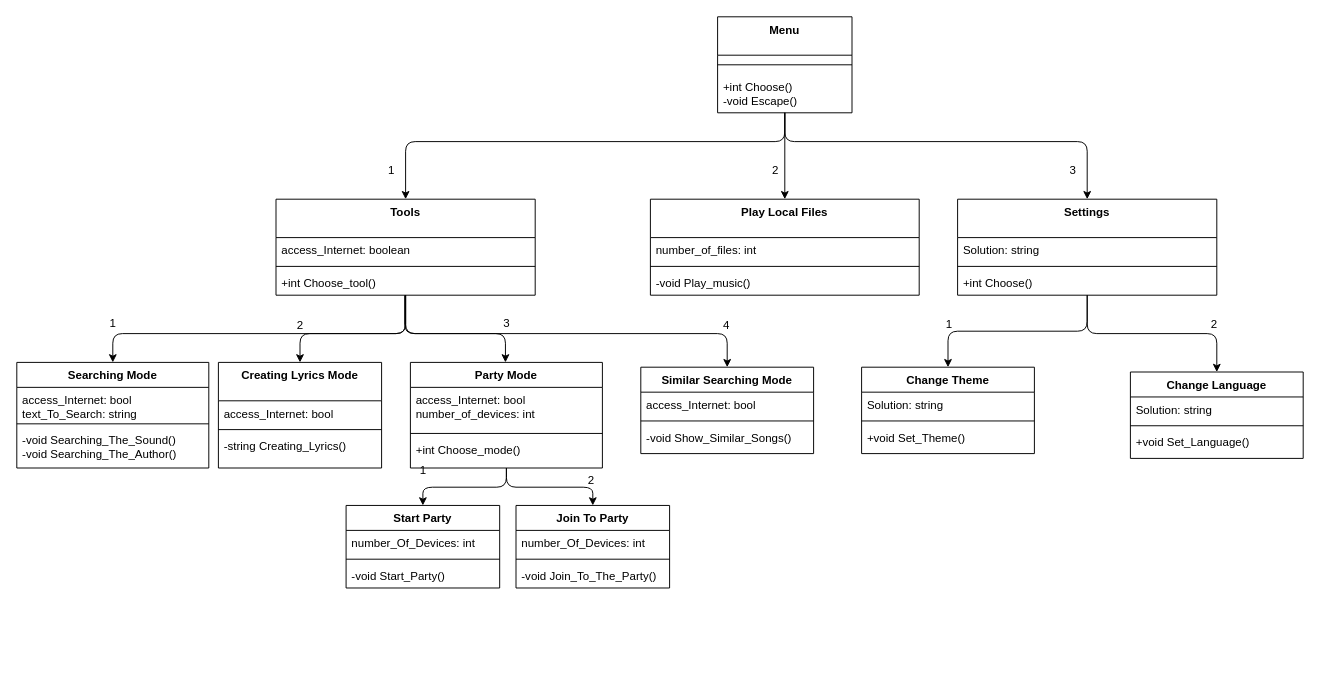
Above: Untitled Diagram.drawio in 9z9z9z9z/LAB_7 (draw.io), before the change. Source tidied: cells renumbered, new cells numbered last; positions are measured from the earlier drawing's top-left corner, leaving out a move shared by most shapes. Both pictures are drawn from the tidied source at 96%, with x=0, y=0 at pixel (16, 16).
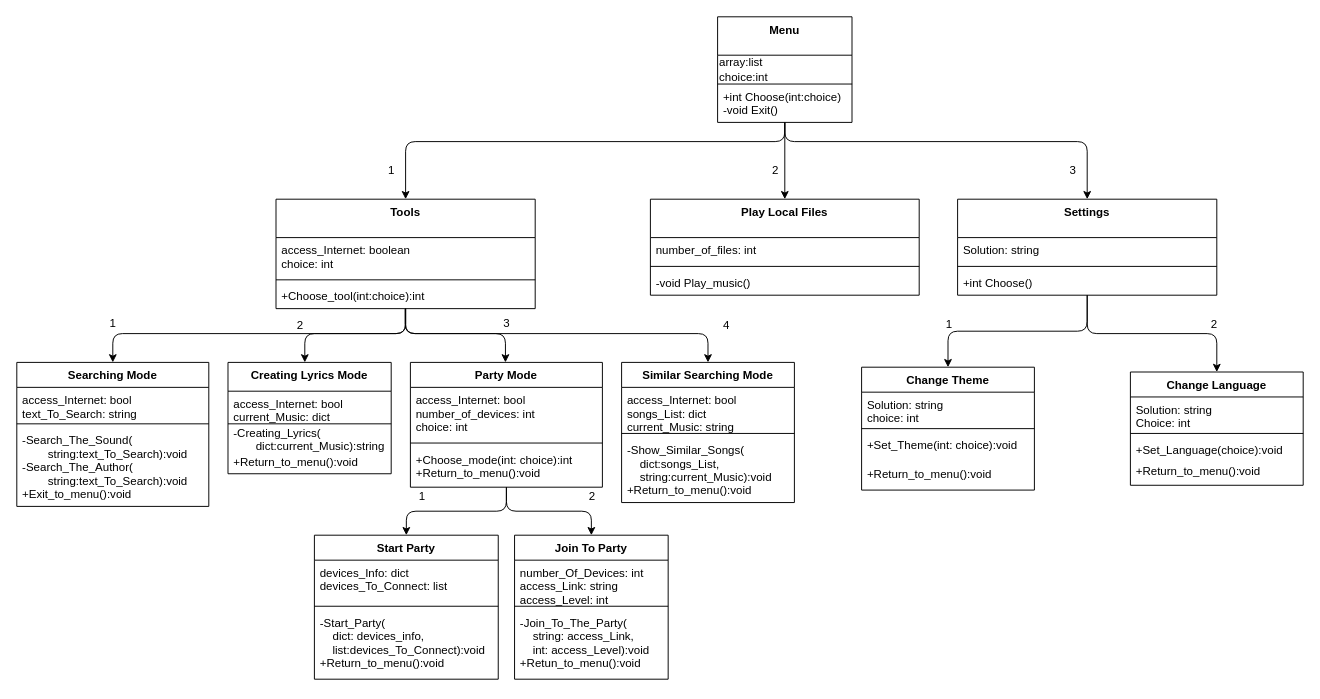
The same page after the edit.

The edit, as a diff of the source:
```diff
@@
     <mxCell id="4" value="Party Mode" style="swimlane;fontStyle=1;align=center;verticalAlign=top;horizontal=1;startSize=26;" parent="1" vertex="1">
-      <mxGeometry x="410" y="360" width="200" height="110" as="geometry" />
+      <mxGeometry x="410" y="360" width="200" height="130" as="geometry" />
     </mxCell>
-    <mxCell id="5" value="access_Internet: bool&#10;number_of_devices: int" style="text;strokeColor=none;fillColor=none;align=left;verticalAlign=top;spacingLeft=4;spacingRight=4;overflow=hidden;" parent="4" vertex="1">
-      <mxGeometry y="26" width="200" height="44" as="geometry" />
+    <mxCell id="5" value="access_Internet: bool&#10;number_of_devices: int&#10;choice: int" style="text;strokeColor=none;fillColor=none;align=left;verticalAlign=top;spacingLeft=4;spacingRight=4;overflow=hidden;" parent="4" vertex="1">
+      <mxGeometry y="26" width="200" height="54" as="geometry" />
     </mxCell>
     <mxCell id="6" style="line;strokeWidth=1;fillColor=none;align=left;verticalAlign=middle;spacingTop=-1;spacingLeft=3;spacingRight=3;labelPosition=right;" parent="4" vertex="1">
-      <mxGeometry y="70" width="200" height="8" as="geometry" />
+      <mxGeometry y="80" width="200" height="8" as="geometry" />
     </mxCell>
-    <mxCell id="7" value="+int Choose_mode()" style="text;strokeColor=none;fillColor=none;align=left;verticalAlign=top;spacingLeft=4;spacingRight=4;overflow=hidden;" parent="4" vertex="1">
-      <mxGeometry y="78" width="200" height="32" as="geometry" />
+    <mxCell id="7" value="+Choose_mode(int: choice):int&#10;+Return_to_menu():void" style="text;strokeColor=none;fillColor=none;align=left;verticalAlign=top;spacingLeft=4;spacingRight=4;overflow=hidden;" parent="4" vertex="1">
+      <mxGeometry y="88" width="200" height="42" as="geometry" />
     </mxCell>
     <mxCell id="8" value="Start Party" style="swimlane;fontStyle=1;align=center;verticalAlign=top;horizontal=1;startSize=26;" parent="1" vertex="1">
-      <mxGeometry x="343" y="509" width="160" height="86" as="geometry" />
+      <mxGeometry x="310" y="540" width="191.5" height="150" as="geometry" />
     </mxCell>
-    <mxCell id="9" value="number_Of_Devices: int" style="text;strokeColor=none;fillColor=none;align=left;verticalAlign=top;spacingLeft=4;spacingRight=4;overflow=hidden;" parent="8" vertex="1">
-      <mxGeometry y="26" width="160" height="26" as="geometry" />
+    <mxCell id="9" value="devices_Info: dict&#10;devices_To_Connect: list" style="text;strokeColor=none;fillColor=none;align=left;verticalAlign=top;spacingLeft=4;spacingRight=4;overflow=hidden;" parent="8" vertex="1">
+      <mxGeometry y="26" width="191.5" height="44" as="geometry" />
     </mxCell>
     <mxCell id="10" style="line;strokeWidth=1;fillColor=none;align=left;verticalAlign=middle;spacingTop=-1;spacingLeft=3;spacingRight=3;labelPosition=right;" parent="8" vertex="1">
-      <mxGeometry y="52" width="160" height="8" as="geometry" />
+      <mxGeometry y="70" width="191.5" height="8" as="geometry" />
     </mxCell>
-    <mxCell id="11" value="-void Start_Party()" style="text;strokeColor=none;fillColor=none;align=left;verticalAlign=top;spacingLeft=4;spacingRight=4;overflow=hidden;" parent="8" vertex="1">
-      <mxGeometry y="60" width="160" height="26" as="geometry" />
+    <mxCell id="11" value="-Start_Party(&#10;    dict: devices_info,&#10;    list:devices_To_Connect):void&#10;+Return_to_menu():void" style="text;strokeColor=none;fillColor=none;align=left;verticalAlign=top;spacingLeft=4;spacingRight=4;overflow=hidden;" parent="8" vertex="1">
+      <mxGeometry y="78" width="191.5" height="72" as="geometry" />
     </mxCell>
     <mxCell id="12" value="Join To Party" style="swimlane;fontStyle=1;align=center;verticalAlign=top;horizontal=1;startSize=26;" parent="1" vertex="1">
-      <mxGeometry x="520" y="509" width="160" height="86" as="geometry" />
+      <mxGeometry x="518.5" y="540" width="160" height="150" as="geometry" />
     </mxCell>
-    <mxCell id="13" value="number_Of_Devices: int" style="text;strokeColor=none;fillColor=none;align=left;verticalAlign=top;spacingLeft=4;spacingRight=4;overflow=hidden;" parent="12" vertex="1">
-      <mxGeometry y="26" width="160" height="26" as="geometry" />
+    <mxCell id="13" value="number_Of_Devices: int&#10;access_Link: string&#10;access_Level: int" style="text;strokeColor=none;fillColor=none;align=left;verticalAlign=top;spacingLeft=4;spacingRight=4;overflow=hidden;" parent="12" vertex="1">
+      <mxGeometry y="26" width="160" height="44" as="geometry" />
     </mxCell>
     <mxCell id="14" style="line;strokeWidth=1;fillColor=none;align=left;verticalAlign=middle;spacingTop=-1;spacingLeft=3;spacingRight=3;labelPosition=right;" parent="12" vertex="1">
-      <mxGeometry y="52" width="160" height="8" as="geometry" />
+      <mxGeometry y="70" width="160" height="8" as="geometry" />
     </mxCell>
-    <mxCell id="15" value="-void Join_To_The_Party()" style="text;strokeColor=none;fillColor=none;align=left;verticalAlign=top;spacingLeft=4;spacingRight=4;overflow=hidden;" parent="12" vertex="1">
-      <mxGeometry y="60" width="160" height="26" as="geometry" />
+    <mxCell id="15" value="-Join_To_The_Party(&#10;    string: access_Link,&#10;    int: access_Level):void&#10;+Retun_to_menu():void&#10;" style="text;strokeColor=none;fillColor=none;align=left;verticalAlign=top;spacingLeft=4;spacingRight=4;overflow=hidden;" parent="12" vertex="1">
+      <mxGeometry y="78" width="160" height="72" as="geometry" />
     </mxCell>
     <mxCell id="16" value="Searching Mode" style="swimlane;fontStyle=1;align=center;verticalAlign=top;horizontal=1;startSize=26;" parent="1" vertex="1">
-      <mxGeometry y="360" width="200" height="110" as="geometry" />
+      <mxGeometry y="360" width="200" height="150" as="geometry" />
     </mxCell>
@@
-    <mxCell id="19" value="-void Searching_The_Sound()&#10;-void Searching_The_Author()" style="text;strokeColor=none;fillColor=none;align=left;verticalAlign=top;spacingLeft=4;spacingRight=4;overflow=hidden;" parent="16" vertex="1">
-      <mxGeometry y="68" width="200" height="42" as="geometry" />
+    <mxCell id="19" value="-Search_The_Sound(&#10;        string:text_To_Search):void&#10;-Search_The_Author(&#10;        string:text_To_Search):void&#10;+Exit_to_menu():void&#10;" style="text;strokeColor=none;fillColor=none;align=left;verticalAlign=top;spacingLeft=4;spacingRight=4;overflow=hidden;" parent="16" vertex="1">
+      <mxGeometry y="68" width="200" height="82" as="geometry" />
     </mxCell>
     <mxCell id="20" value="Similar Searching Mode" style="swimlane;fontStyle=1;align=center;verticalAlign=top;horizontal=1;startSize=26;" parent="1" vertex="1">
-      <mxGeometry x="650" y="365" width="180" height="90" as="geometry" />
+      <mxGeometry x="630" y="360" width="180" height="146" as="geometry" />
     </mxCell>
-    <mxCell id="21" value="access_Internet: bool" style="text;strokeColor=none;fillColor=none;align=left;verticalAlign=top;spacingLeft=4;spacingRight=4;overflow=hidden;" parent="20" vertex="1">
-      <mxGeometry y="26" width="180" height="26" as="geometry" />
+    <mxCell id="21" value="access_Internet: bool&#10;songs_List: dict&#10;current_Music: string" style="text;strokeColor=none;fillColor=none;align=left;verticalAlign=top;spacingLeft=4;spacingRight=4;overflow=hidden;" parent="20" vertex="1">
+      <mxGeometry y="26" width="180" height="44" as="geometry" />
     </mxCell>
     <mxCell id="22" style="line;strokeWidth=1;fillColor=none;align=left;verticalAlign=middle;spacingTop=-1;spacingLeft=3;spacingRight=3;labelPosition=right;" parent="20" vertex="1">
-      <mxGeometry y="52" width="180" height="8" as="geometry" />
+      <mxGeometry y="70" width="180" height="8" as="geometry" />
     </mxCell>
-    <mxCell id="23" value="-void Show_Similar_Songs()" style="text;strokeColor=none;fillColor=none;align=left;verticalAlign=top;spacingLeft=4;spacingRight=4;overflow=hidden;" parent="20" vertex="1">
-      <mxGeometry y="60" width="180" height="30" as="geometry" />
+    <mxCell id="23" value="-Show_Similar_Songs(&#10;    dict:songs_List,&#10;    string:current_Music):void&#10;+Return_to_menu():void" style="text;strokeColor=none;fillColor=none;align=left;verticalAlign=top;spacingLeft=4;spacingRight=4;overflow=hidden;" parent="20" vertex="1">
+      <mxGeometry y="78" width="180" height="68" as="geometry" />
     </mxCell>
-    <mxCell id="24" value="Creating Lyrics Mode" style="swimlane;fontStyle=1;align=center;verticalAlign=top;horizontal=1;startSize=40;" parent="1" vertex="1">
-      <mxGeometry x="210" y="360" width="170" height="110" as="geometry" />
+    <mxCell id="24" value="Creating Lyrics Mode" style="swimlane;fontStyle=1;align=center;verticalAlign=top;horizontal=1;startSize=30;" parent="1" vertex="1">
+      <mxGeometry x="220" y="360" width="170" height="116" as="geometry" />
     </mxCell>
-    <mxCell id="25" value="access_Internet: bool" style="text;strokeColor=none;fillColor=none;align=left;verticalAlign=top;spacingLeft=4;spacingRight=4;overflow=hidden;" parent="24" vertex="1">
-      <mxGeometry y="40" width="170" height="26" as="geometry" />
+    <mxCell id="25" value="access_Internet: bool&#10;current_Music: dict" style="text;strokeColor=none;fillColor=none;align=left;verticalAlign=top;spacingLeft=4;spacingRight=4;overflow=hidden;" parent="24" vertex="1">
+      <mxGeometry y="30" width="170" height="30" as="geometry" />
     </mxCell>
-    <mxCell id="26" style="line;strokeWidth=1;fillColor=none;align=left;verticalAlign=middle;spacingTop=-1;spacingLeft=3;spacingRight=3;labelPosition=right;" parent="24" vertex="1">
-      <mxGeometry y="66" width="170" height="8" as="geometry" />
-    </mxCell>
-    <mxCell id="27" value="-string Creating_Lyrics()" style="text;strokeColor=none;fillColor=none;align=left;verticalAlign=top;spacingLeft=4;spacingRight=4;overflow=hidden;" parent="24" vertex="1">
-      <mxGeometry y="74" width="170" height="36" as="geometry" />
+    <mxCell id="27" value="-Creating_Lyrics(&#10;       dict:current_Music):string" style="text;strokeColor=none;fillColor=none;align=left;verticalAlign=top;spacingLeft=4;spacingRight=4;overflow=hidden;" parent="24" vertex="1">
+      <mxGeometry y="60" width="170" height="30" as="geometry" />
     </mxCell>
+    <mxCell id="71" value="+Return_to_menu():void" style="text;strokeColor=none;fillColor=none;align=left;verticalAlign=top;spacingLeft=4;spacingRight=4;overflow=hidden;" parent="24" vertex="1">
+      <mxGeometry y="90" width="170" height="26" as="geometry" />
+    </mxCell>
     <mxCell id="28" style="edgeStyle=orthogonalEdgeStyle;curved=0;rounded=1;sketch=0;jettySize=auto;html=1;entryX=0.5;entryY=0;entryDx=0;entryDy=0;" parent="1" edge="1" source="32" target="20">
       <mxGeometry relative="1" as="geometry">
         <Array as="points">
           <mxPoint x="405" y="330" />
-          <mxPoint x="740" y="330" />
+          <mxPoint x="720" y="330" />
         </Array>
       </mxGeometry>
     </mxCell>
-    <mxCell id="29" style="edgeStyle=orthogonalEdgeStyle;curved=0;rounded=1;sketch=0;orthogonalLoop=1;jettySize=auto;html=1;entryX=0.5;entryY=0;entryDx=0;entryDy=0;" parent="1" edge="1">
+    <mxCell id="29" style="edgeStyle=orthogonalEdgeStyle;curved=0;rounded=1;sketch=0;jettySize=auto;html=1;entryX=0.5;entryY=0;entryDx=0;entryDy=0;exitX=0.498;exitY=1.009;exitDx=0;exitDy=0;exitPerimeter=0;" parent="1" edge="1" source="35">
       <mxGeometry relative="1" as="geometry">
-        <mxPoint x="404" y="290" as="sourcePoint" />
         <mxPoint x="509" y="360" as="targetPoint" />
         <Array as="points">
-          <mxPoint x="404" y="330" />
+          <mxPoint x="405" y="330" />
           <mxPoint x="509" y="330" />
         </Array>
       </mxGeometry>
     </mxCell>
-    <mxCell id="30" style="edgeStyle=orthogonalEdgeStyle;curved=0;rounded=1;sketch=0;jettySize=auto;html=1;entryX=0.5;entryY=0;entryDx=0;entryDy=0;" parent="1" edge="1" source="32" target="24">
+    <mxCell id="30" style="edgeStyle=orthogonalEdgeStyle;curved=0;rounded=1;sketch=0;jettySize=auto;html=1;" parent="1" edge="1" source="32">
       <mxGeometry relative="1" as="geometry">
+        <mxPoint x="300" y="360" as="targetPoint" />
         <Array as="points">
           <mxPoint x="405" y="330" />
-          <mxPoint x="295" y="330" />
+          <mxPoint x="300" y="330" />
+          <mxPoint x="300" y="360" />
         </Array>
       </mxGeometry>
     </mxCell>
@@
     <mxCell id="32" value="Tools" style="swimlane;fontStyle=1;align=center;verticalAlign=top;horizontal=1;startSize=40;" parent="1" vertex="1">
-      <mxGeometry x="270" y="190" width="270" height="100" as="geometry" />
+      <mxGeometry x="270" y="190" width="270" height="114" as="geometry" />
     </mxCell>
-    <mxCell id="33" value="access_Internet: boolean" style="text;strokeColor=none;fillColor=none;align=left;verticalAlign=top;spacingLeft=4;spacingRight=4;overflow=hidden;" parent="32" vertex="1">
-      <mxGeometry y="40" width="270" height="26" as="geometry" />
+    <mxCell id="33" value="access_Internet: boolean&#10;choice: int" style="text;strokeColor=none;fillColor=none;align=left;verticalAlign=top;spacingLeft=4;spacingRight=4;overflow=hidden;" parent="32" vertex="1">
+      <mxGeometry y="40" width="270" height="40" as="geometry" />
     </mxCell>
     <mxCell id="34" style="line;strokeWidth=1;fillColor=none;align=left;verticalAlign=middle;spacingTop=-1;spacingLeft=3;spacingRight=3;labelPosition=right;" parent="32" vertex="1">
-      <mxGeometry y="66" width="270" height="8" as="geometry" />
+      <mxGeometry y="80" width="270" height="8" as="geometry" />
     </mxCell>
-    <mxCell id="35" value="+int Choose_tool()" style="text;strokeColor=none;fillColor=none;align=left;verticalAlign=top;spacingLeft=4;spacingRight=4;overflow=hidden;points=[[0,0.5],[1,0.5]];portConstraint=eastwest;" parent="32" vertex="1">
-      <mxGeometry y="74" width="270" height="26" as="geometry" />
+    <mxCell id="35" value="+Choose_tool(int:choice):int" style="text;strokeColor=none;fillColor=none;align=left;verticalAlign=top;spacingLeft=4;spacingRight=4;overflow=hidden;points=[[0,0.5],[1,0.5]];portConstraint=eastwest;" parent="32" vertex="1">
+      <mxGeometry y="88" width="270" height="26" as="geometry" />
     </mxCell>
@@
     <mxCell id="43" value="Menu" style="swimlane;fontStyle=1;align=center;verticalAlign=top;horizontal=1;startSize=40;" parent="1" vertex="1">
-      <mxGeometry x="730" width="140" height="100" as="geometry" />
+      <mxGeometry x="730" width="140" height="110" as="geometry" />
     </mxCell>
-    <mxCell id="44" style="line;strokeWidth=1;fillColor=none;align=left;verticalAlign=middle;spacingTop=-1;spacingLeft=3;spacingRight=3;labelPosition=right;" parent="43" vertex="1">
-      <mxGeometry y="40" width="140" height="20" as="geometry" />
-    </mxCell>
-    <mxCell id="45" value="+int Choose()&#10;-void Escape()" style="text;strokeColor=none;fillColor=none;align=left;verticalAlign=top;spacingLeft=4;spacingRight=4;overflow=hidden;" parent="43" vertex="1">
-      <mxGeometry y="60" width="140" height="40" as="geometry" />
-    </mxCell>
+    <mxCell id="72" value="&lt;div&gt;array:list&lt;/div&gt;&lt;div&gt;choice:int&lt;/div&gt;" style="text;html=1;align=left;verticalAlign=middle;strokeColor=none;fillColor=none;" parent="43" vertex="1">
+      <mxGeometry y="40" width="140" height="30" as="geometry" />
+    </mxCell>
+    <mxCell id="73" value="+int Choose(int:choice)&#10;-void Exit()" style="text;strokeColor=none;fillColor=none;align=left;verticalAlign=top;spacingLeft=4;spacingRight=4;overflow=hidden;points=[[0,0.5],[1,0.5]];portConstraint=eastwest;" parent="43" vertex="1">
+      <mxGeometry y="70" width="140" height="40" as="geometry" />
+    </mxCell>
+    <mxCell id="74" style="endArrow=none;html=1;rounded=0;exitX=0.001;exitY=0.001;exitDx=0;exitDy=0;exitPerimeter=0;entryX=1.001;entryY=0.001;entryDx=0;entryDy=0;entryPerimeter=0;" parent="43" edge="1" source="73" target="73">
+      <mxGeometry relative="1" as="geometry" />
+    </mxCell>
@@
     <mxCell id="52" value="Change Theme" style="swimlane;fontStyle=1;align=center;verticalAlign=top;horizontal=1;startSize=26;" parent="1" vertex="1">
-      <mxGeometry x="880" y="365" width="180" height="90" as="geometry" />
+      <mxGeometry x="880" y="365" width="180" height="128" as="geometry" />
     </mxCell>
-    <mxCell id="53" value="Solution: string" style="text;strokeColor=none;fillColor=none;align=left;verticalAlign=top;spacingLeft=4;spacingRight=4;overflow=hidden;" parent="52" vertex="1">
-      <mxGeometry y="26" width="180" height="26" as="geometry" />
+    <mxCell id="53" value="Solution: string&#10;choice: int&#10;" style="text;strokeColor=none;fillColor=none;align=left;verticalAlign=top;spacingLeft=4;spacingRight=4;overflow=hidden;" parent="52" vertex="1">
+      <mxGeometry y="26" width="180" height="34" as="geometry" />
     </mxCell>
     <mxCell id="54" style="line;strokeWidth=1;fillColor=none;align=left;verticalAlign=middle;spacingTop=-1;spacingLeft=3;spacingRight=3;labelPosition=right;" parent="52" vertex="1">
-      <mxGeometry y="52" width="180" height="8" as="geometry" />
+      <mxGeometry y="60" width="180" height="8" as="geometry" />
     </mxCell>
-    <mxCell id="55" value="+void Set_Theme()" style="text;strokeColor=none;fillColor=none;align=left;verticalAlign=top;spacingLeft=4;spacingRight=4;overflow=hidden;" parent="52" vertex="1">
-      <mxGeometry y="60" width="180" height="30" as="geometry" />
+    <mxCell id="55" value="+Set_Theme(int: choice):void" style="text;strokeColor=none;fillColor=none;align=left;verticalAlign=top;spacingLeft=4;spacingRight=4;overflow=hidden;" parent="52" vertex="1">
+      <mxGeometry y="68" width="180" height="30" as="geometry" />
     </mxCell>
+    <mxCell id="75" value="+Return_to_menu():void" style="text;strokeColor=none;fillColor=none;align=left;verticalAlign=top;spacingLeft=4;spacingRight=4;overflow=hidden;" parent="52" vertex="1">
+      <mxGeometry y="98" width="180" height="30" as="geometry" />
+    </mxCell>
     <mxCell id="56" value="Change Language" style="swimlane;fontStyle=1;align=center;verticalAlign=top;horizontal=1;startSize=26;" parent="1" vertex="1">
-      <mxGeometry x="1160" y="370" width="180" height="90" as="geometry" />
+      <mxGeometry x="1160" y="370" width="180" height="118" as="geometry" />
     </mxCell>
-    <mxCell id="57" value="Solution: string" style="text;strokeColor=none;fillColor=none;align=left;verticalAlign=top;spacingLeft=4;spacingRight=4;overflow=hidden;" parent="56" vertex="1">
-      <mxGeometry y="26" width="180" height="26" as="geometry" />
+    <mxCell id="57" value="Solution: string&#10;Choice: int" style="text;strokeColor=none;fillColor=none;align=left;verticalAlign=top;spacingLeft=4;spacingRight=4;overflow=hidden;" parent="56" vertex="1">
+      <mxGeometry y="26" width="180" height="34" as="geometry" />
     </mxCell>
     <mxCell id="58" style="line;strokeWidth=1;fillColor=none;align=left;verticalAlign=middle;spacingTop=-1;spacingLeft=3;spacingRight=3;labelPosition=right;" parent="56" vertex="1">
-      <mxGeometry y="52" width="180" height="8" as="geometry" />
+      <mxGeometry y="60" width="180" height="8" as="geometry" />
     </mxCell>
-    <mxCell id="59" value="+void Set_Language()" style="text;strokeColor=none;fillColor=none;align=left;verticalAlign=top;spacingLeft=4;spacingRight=4;overflow=hidden;" parent="56" vertex="1">
-      <mxGeometry y="60" width="180" height="30" as="geometry" />
+    <mxCell id="59" value="+Set_Language(choice):void" style="text;strokeColor=none;fillColor=none;align=left;verticalAlign=top;spacingLeft=4;spacingRight=4;overflow=hidden;" parent="56" vertex="1">
+      <mxGeometry y="68" width="180" height="22" as="geometry" />
     </mxCell>
+    <mxCell id="76" value="+Return_to_menu():void" style="text;strokeColor=none;fillColor=none;align=left;verticalAlign=top;spacingLeft=4;spacingRight=4;overflow=hidden;" parent="56" vertex="1">
+      <mxGeometry y="90" width="180" height="28" as="geometry" />
+    </mxCell>
@@
     <mxCell id="67" value="2" style="text;html=1;align=center;verticalAlign=middle;strokeColor=none;fillColor=none;" parent="1" vertex="1">
-      <mxGeometry x="588" y="473" width="20" height="20" as="geometry" />
+      <mxGeometry x="588.5" y="490" width="20" height="20" as="geometry" />
     </mxCell>
     <mxCell id="68" value="1" style="text;html=1;align=center;verticalAlign=middle;strokeColor=none;fillColor=none;" parent="1" vertex="1">
-      <mxGeometry x="413" y="463" width="20" height="20" as="geometry" />
+      <mxGeometry x="411.5" y="490" width="20" height="20" as="geometry" />
     </mxCell>
@@
+    <mxCell id="77" style="line;strokeWidth=1;fillColor=none;align=left;verticalAlign=middle;spacingTop=-1;spacingLeft=3;spacingRight=3;labelPosition=right;" parent="1" vertex="1">
+      <mxGeometry x="220" y="420" width="170" height="8" as="geometry" />
+    </mxCell>
```
